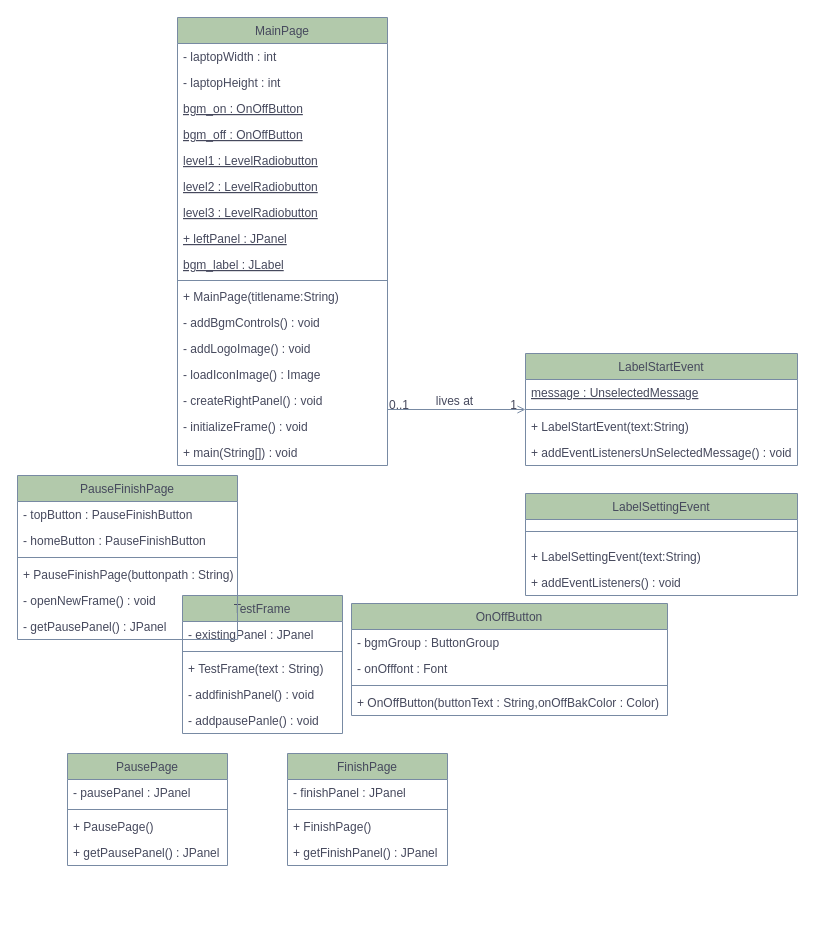
Above: 제목 없는 다이어그램.drawio in hojeong26/sw_system (draw.io), before the change. Source tidied: cells renumbered, new cells numbered last; positions are measured from the earlier drawing's top-left corner, leaving out a move shared by most shapes. Both pictures are drawn from the tidied source at 100%, with x=0, y=0 at pixel (17, 17).
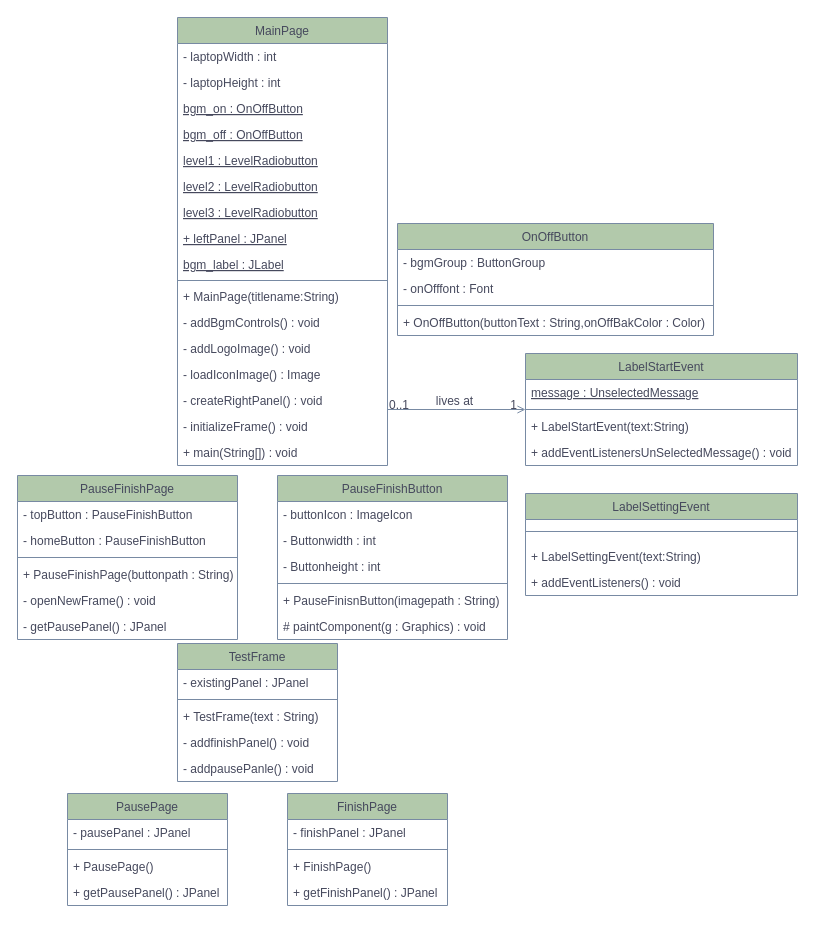
Above is the later version.

Commit message:
처음 캡처한 클래스는 다 만듦

The edit, as a diff of the source:
```diff
@@
     <mxCell id="20" value="TestFrame" style="swimlane;fontStyle=0;align=center;verticalAlign=top;horizontal=1;startSize=26;rounded=0;shadow=0;strokeWidth=1;labelBackgroundColor=none;fillColor=#B2C9AB;strokeColor=#788AA3;fontColor=#46495D;" parent="1" vertex="1">
-      <mxGeometry x="165" y="578" width="160" height="138" as="geometry" />
+      <mxGeometry x="160" y="626" width="160" height="138" as="geometry" />
     </mxCell>
@@
     <mxCell id="26" value="OnOffButton" style="swimlane;fontStyle=0;align=center;verticalAlign=top;horizontal=1;startSize=26;rounded=0;shadow=0;strokeWidth=1;labelBackgroundColor=none;fillColor=#B2C9AB;strokeColor=#788AA3;fontColor=#46495D;" parent="1" vertex="1">
-      <mxGeometry x="334" y="586" width="316" height="112" as="geometry" />
+      <mxGeometry x="380" y="206" width="316" height="112" as="geometry" />
     </mxCell>
@@
     <mxCell id="44" value="FinishPage" style="swimlane;fontStyle=0;align=center;verticalAlign=top;horizontal=1;startSize=26;rounded=0;shadow=0;strokeWidth=1;labelBackgroundColor=none;fillColor=#B2C9AB;strokeColor=#788AA3;fontColor=#46495D;" parent="1" vertex="1">
-      <mxGeometry x="270" y="736" width="160" height="112" as="geometry" />
+      <mxGeometry x="270" y="776" width="160" height="112" as="geometry" />
     </mxCell>
@@
     <mxCell id="49" value="PausePage" style="swimlane;fontStyle=0;align=center;verticalAlign=top;horizontal=1;startSize=26;rounded=0;shadow=0;strokeWidth=1;labelBackgroundColor=none;fillColor=#B2C9AB;strokeColor=#788AA3;fontColor=#46495D;" parent="1" vertex="1">
-      <mxGeometry x="50" y="736" width="160" height="112" as="geometry" />
+      <mxGeometry x="50" y="776" width="160" height="112" as="geometry" />
     </mxCell>
@@
+    <mxCell id="61" value="PauseFinishButton" style="swimlane;fontStyle=0;align=center;verticalAlign=top;horizontal=1;startSize=26;rounded=0;shadow=0;strokeWidth=1;labelBackgroundColor=none;fillColor=#B2C9AB;strokeColor=#788AA3;fontColor=#46495D;" parent="1" vertex="1">
+      <mxGeometry x="260" y="458" width="230" height="164" as="geometry" />
+    </mxCell>
+    <mxCell id="62" value="- buttonIcon : ImageIcon" style="text;align=left;verticalAlign=top;spacingLeft=4;spacingRight=4;overflow=hidden;labelBackgroundColor=none;fontColor=#46495D;" parent="61" vertex="1">
+      <mxGeometry y="26" width="230" height="26" as="geometry" />
+    </mxCell>
+    <mxCell id="63" value="- Buttonwidth : int" style="text;align=left;verticalAlign=top;spacingLeft=4;spacingRight=4;overflow=hidden;labelBackgroundColor=none;fontColor=#46495D;" parent="61" vertex="1">
+      <mxGeometry y="52" width="230" height="26" as="geometry" />
+    </mxCell>
+    <mxCell id="64" value="- Buttonheight : int" style="text;align=left;verticalAlign=top;spacingLeft=4;spacingRight=4;overflow=hidden;labelBackgroundColor=none;fontColor=#46495D;" parent="61" vertex="1">
+      <mxGeometry y="78" width="230" height="26" as="geometry" />
+    </mxCell>
+    <mxCell id="65" style="line;html=1;strokeWidth=1;align=left;verticalAlign=middle;spacingTop=-1;spacingLeft=3;spacingRight=3;labelPosition=right;labelBackgroundColor=none;fillColor=#B2C9AB;strokeColor=#788AA3;fontColor=#46495D;" parent="61" vertex="1">
+      <mxGeometry y="104" width="230" height="8" as="geometry" />
+    </mxCell>
+    <mxCell id="66" value="+ PauseFinisnButton(imagepath : String)" style="text;align=left;verticalAlign=top;spacingLeft=4;spacingRight=4;overflow=hidden;rounded=0;shadow=0;html=0;labelBackgroundColor=none;fontColor=#46495D;" parent="61" vertex="1">
+      <mxGeometry y="112" width="230" height="26" as="geometry" />
+    </mxCell>
+    <mxCell id="67" value="# paintComponent(g : Graphics) : void" style="text;align=left;verticalAlign=top;spacingLeft=4;spacingRight=4;overflow=hidden;fontStyle=0;labelBackgroundColor=none;fontColor=#46495D;" parent="61" vertex="1">
+      <mxGeometry y="138" width="230" height="26" as="geometry" />
+    </mxCell>
```
